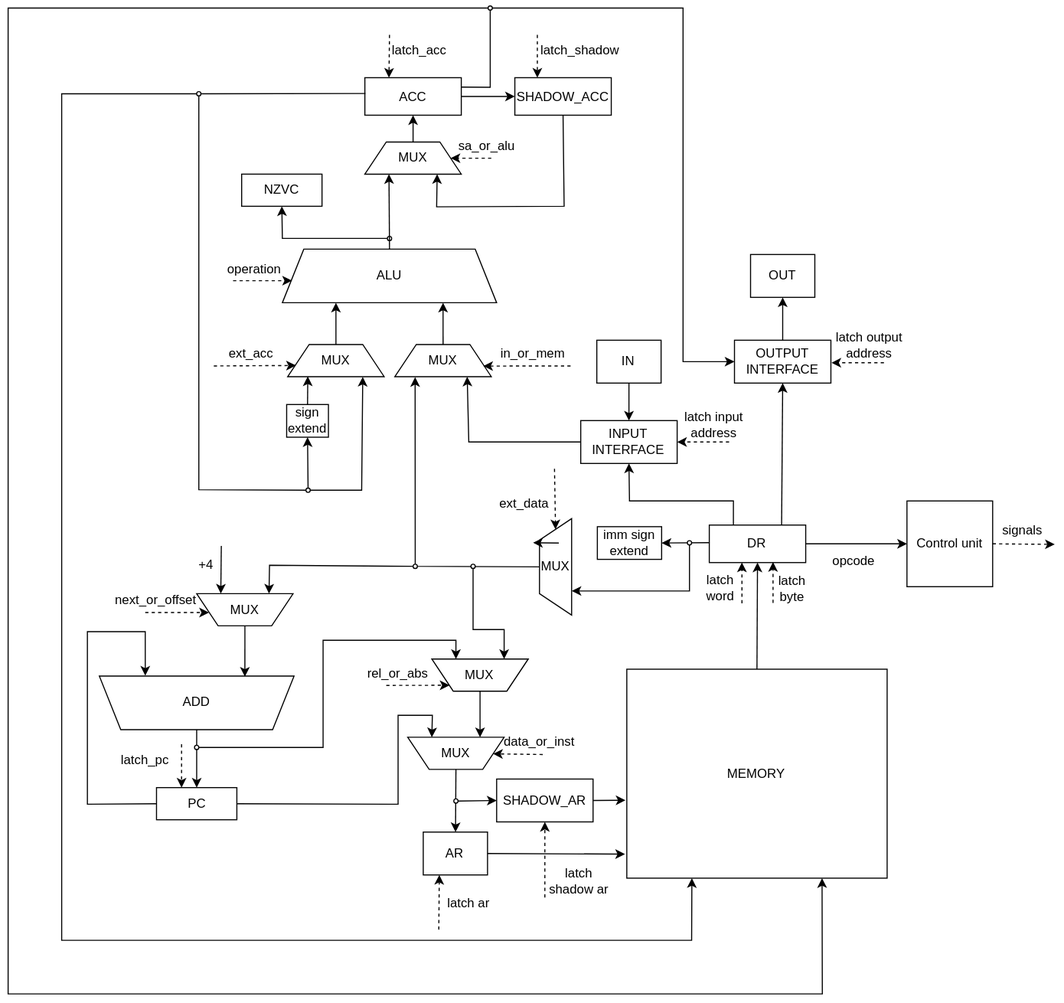
AstroSoup/computer-system-architecture-lab-4 keeps this draw.io diagram as assets/datapath/scheme.svg. Above is the earlier version. Source tidied: cells renumbered, new cells last; positions are measured from the earlier drawing's top-left corner, leaving out a move shared by most shapes.
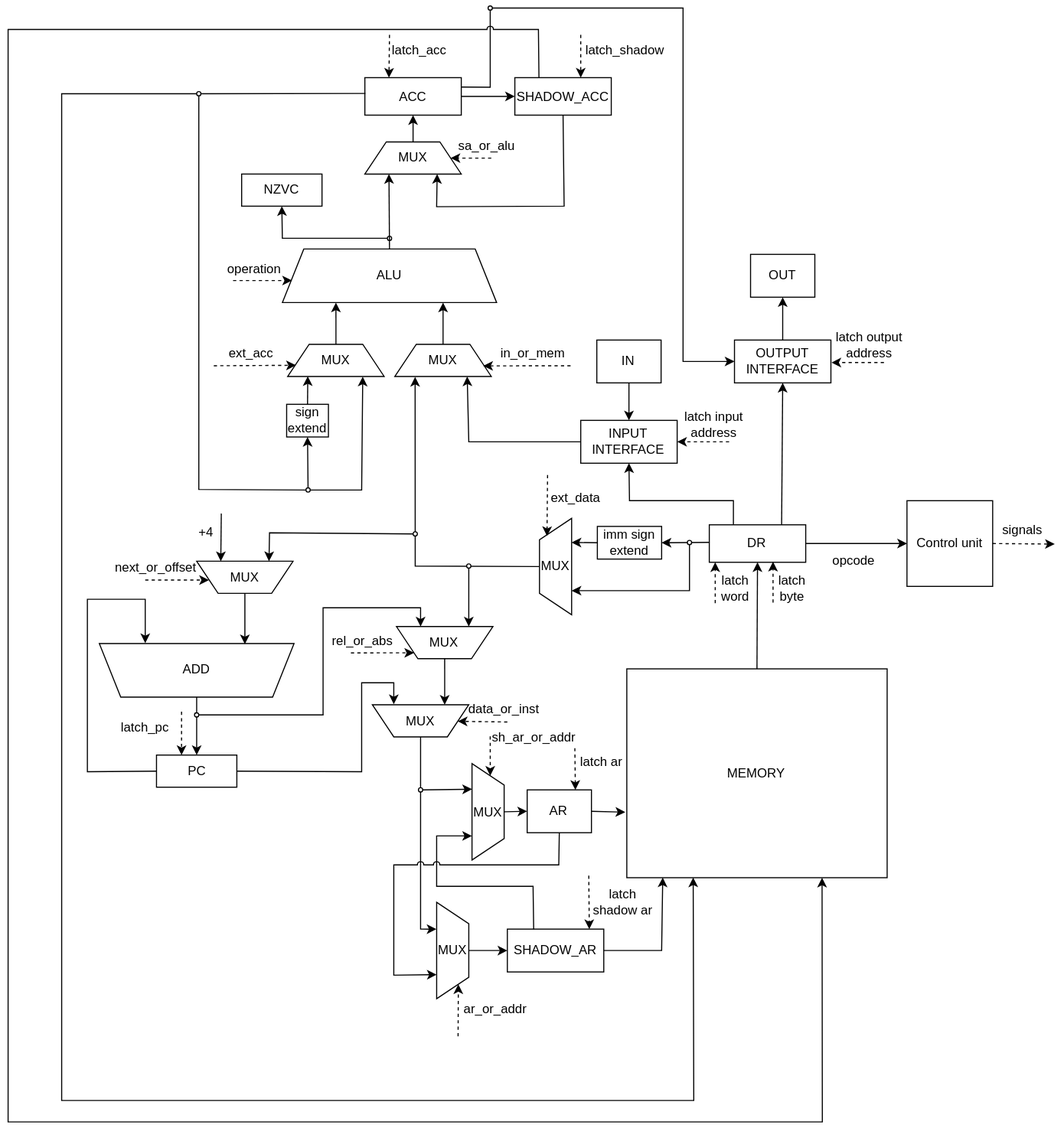
The same file after the commit.

Diff of the diagram source:
```diff
@@ -14,6 +14,8 @@
     <mxCell id="5" value="AR" style="rounded=0;whiteSpace=wrap;html=1;" parent="1" vertex="1">
-      <mxGeometry x="387.5" y="771" width="60" height="40" as="geometry" />
+      <mxGeometry x="484.5" y="732" width="60" height="40" as="geometry" />
     </mxCell>
-    <mxCell id="6" style="endArrow=classic;html=1;rounded=0;entryX=-0.007;entryY=0.885;entryDx=0;entryDy=0;exitX=1;exitY=0.5;exitDx=0;exitDy=0;entryPerimeter=0;jumpStyle=arc;" parent="1" edge="1" source="5" target="7">
-      <mxGeometry relative="1" as="geometry" />
+    <mxCell id="6" style="endArrow=classic;html=1;rounded=0;entryX=-0.006;entryY=0.604;entryDx=0;entryDy=0;exitX=1;exitY=0.5;exitDx=0;exitDy=0;entryPerimeter=0;jumpStyle=arc;" parent="1" edge="1" source="5">
+      <mxGeometry relative="1" as="geometry">
+        <mxPoint x="576" y="752.8" as="targetPoint" />
+      </mxGeometry>
     </mxCell>
@@ -58,7 +60,7 @@
     <mxCell id="19" value="PC" style="rounded=0;whiteSpace=wrap;html=1;" parent="1" vertex="1">
-      <mxGeometry x="138.5" y="729.5" width="75" height="30" as="geometry" />
+      <mxGeometry x="138.5" y="699.5" width="75" height="30" as="geometry" />
     </mxCell>
-    <mxCell id="20" style="endArrow=classic;html=1;rounded=0;entryX=0.25;entryY=1;entryDx=0;entryDy=0;dashed=1;" parent="1" edge="1" target="5">
+    <mxCell id="20" style="endArrow=classic;html=1;rounded=0;entryX=0.75;entryY=0;entryDx=0;entryDy=0;dashed=1;" parent="1" edge="1" target="5">
       <mxGeometry relative="1" as="geometry">
-        <mxPoint x="402" y="862" as="sourcePoint" />
+        <mxPoint x="529" y="693" as="sourcePoint" />
       </mxGeometry>
@@ -66,3 +68,3 @@
     <mxCell id="21" value="latch ar" style="text;html=1;whiteSpace=wrap;strokeColor=none;fillColor=none;align=center;verticalAlign=middle;rounded=0;" parent="1" vertex="1">
-      <mxGeometry x="400.5" y="822.5" width="60" height="30" as="geometry" />
+      <mxGeometry x="524" y="690.5" width="60" height="30" as="geometry" />
     </mxCell>
@@ -70,4 +72,4 @@
       <mxGeometry relative="1" as="geometry">
-        <mxPoint x="685" y="557.5" as="sourcePoint" />
-        <mxPoint x="685" y="519.4" as="targetPoint" />
+        <mxPoint x="660" y="557.6" as="sourcePoint" />
+        <mxPoint x="660" y="519.5" as="targetPoint" />
       </mxGeometry>
@@ -75,3 +77,3 @@
     <mxCell id="23" value="latch word" style="text;html=1;whiteSpace=wrap;strokeColor=none;fillColor=none;align=center;verticalAlign=middle;rounded=0;" parent="1" vertex="1">
-      <mxGeometry x="640" y="527.5" width="50" height="30" as="geometry" />
+      <mxGeometry x="654.5" y="529" width="50" height="30" as="geometry" />
     </mxCell>
@@ -122,4 +124,4 @@
       <mxGeometry relative="1" as="geometry">
-        <mxPoint x="494" y="27" as="sourcePoint" />
-        <mxPoint x="494" y="67" as="targetPoint" />
+        <mxPoint x="534.5" y="27" as="sourcePoint" />
+        <mxPoint x="534.5" y="67" as="targetPoint" />
       </mxGeometry>
@@ -127,3 +129,3 @@
     <mxCell id="36" value="latch_shadow" style="text;html=1;align=center;verticalAlign=middle;whiteSpace=wrap;rounded=0;" parent="1" vertex="1">
-      <mxGeometry x="504" y="27" width="60" height="30" as="geometry" />
+      <mxGeometry x="546" y="27" width="60" height="30" as="geometry" />
     </mxCell>
@@ -184,3 +186,3 @@
     <mxCell id="47" value="ADD" style="shape=trapezoid;perimeter=trapezoidPerimeter;whiteSpace=wrap;html=1;fixedSize=1;horizontal=0;direction=south;rotation=90;" parent="1" vertex="1">
-      <mxGeometry x="151" y="559.5" width="50" height="181.8" as="geometry" />
+      <mxGeometry x="151" y="529.5" width="50" height="181.8" as="geometry" />
     </mxCell>
@@ -192,5 +194,5 @@
         <Array as="points">
-          <mxPoint x="74" y="745" />
-          <mxPoint x="74" y="584" />
-          <mxPoint x="128" y="584" />
+          <mxPoint x="74" y="715" />
+          <mxPoint x="74" y="554" />
+          <mxPoint x="128" y="554" />
         </Array>
@@ -200,4 +202,4 @@
       <mxGeometry relative="1" as="geometry">
-        <mxPoint x="161.9" y="689" as="sourcePoint" />
-        <mxPoint x="161.9" y="729.5" as="targetPoint" />
+        <mxPoint x="161.9" y="659" as="sourcePoint" />
+        <mxPoint x="161.9" y="699.5" as="targetPoint" />
       </mxGeometry>
@@ -205,6 +207,6 @@
     <mxCell id="51" value="latch_pc" style="text;html=1;align=center;verticalAlign=middle;whiteSpace=wrap;rounded=0;" parent="1" vertex="1">
-      <mxGeometry x="98" y="689" width="60" height="30" as="geometry" />
+      <mxGeometry x="98" y="659" width="60" height="30" as="geometry" />
     </mxCell>
     <mxCell id="52" value="MUX" style="shape=trapezoid;perimeter=trapezoidPerimeter;whiteSpace=wrap;html=1;fixedSize=1;direction=south;rotation=90;horizontal=0;" parent="1" vertex="1">
-      <mxGeometry x="206" y="518.5" width="30" height="90" as="geometry" />
+      <mxGeometry x="206" y="488.5" width="30" height="90" as="geometry" />
     </mxCell>
@@ -212,3 +214,3 @@
       <mxGeometry relative="1" as="geometry">
-        <mxPoint x="221" y="626" as="targetPoint" />
+        <mxPoint x="221" y="596" as="targetPoint" />
       </mxGeometry>
@@ -217,3 +219,3 @@
       <mxGeometry relative="1" as="geometry">
-        <mxPoint x="199" y="504" as="sourcePoint" />
+        <mxPoint x="199" y="474" as="sourcePoint" />
       </mxGeometry>
@@ -221,6 +223,6 @@
     <mxCell id="55" value="+4" style="text;html=1;whiteSpace=wrap;strokeColor=none;fillColor=none;align=center;verticalAlign=middle;rounded=0;" parent="1" vertex="1">
-      <mxGeometry x="155" y="507" width="60" height="30" as="geometry" />
+      <mxGeometry x="155" y="477" width="60" height="30" as="geometry" />
     </mxCell>
     <mxCell id="56" value="next_or_offset" style="text;html=1;align=center;verticalAlign=middle;whiteSpace=wrap;rounded=0;" parent="1" vertex="1">
-      <mxGeometry x="108" y="539.5" width="60" height="30" as="geometry" />
+      <mxGeometry x="108" y="509.5" width="60" height="30" as="geometry" />
     </mxCell>
@@ -228,3 +230,3 @@
       <mxGeometry relative="1" as="geometry">
-        <mxPoint x="128" y="566.1" as="sourcePoint" />
+        <mxPoint x="128" y="536.1" as="sourcePoint" />
       </mxGeometry>
@@ -300,11 +302,6 @@
     </mxCell>
-    <mxCell id="75" style="endArrow=classic;html=1;rounded=0;entryX=0.75;entryY=1;entryDx=0;entryDy=0;exitX=0;exitY=0.5;exitDx=0;exitDy=0;" parent="1" edge="1">
-      <mxGeometry relative="1" as="geometry">
-        <mxPoint x="514" y="501.2" as="sourcePoint" />
-        <mxPoint x="490" y="501" as="targetPoint" />
-      </mxGeometry>
-    </mxCell>
-    <mxCell id="76" style="endArrow=classic;html=1;rounded=0;entryX=1;entryY=0.5;entryDx=0;entryDy=0;dashed=1;" parent="1" edge="1" target="74">
+    <mxCell id="76" style="endArrow=classic;html=1;rounded=0;entryX=0.884;entryY=0.449;entryDx=0;entryDy=0;dashed=1;entryPerimeter=0;" parent="1" edge="1">
       <mxGeometry relative="1" as="geometry">
-        <mxPoint x="510" y="432" as="sourcePoint" />
+        <mxPoint x="503.5" y="438.1" as="sourcePoint" />
+        <mxPoint x="503" y="495" as="targetPoint" />
       </mxGeometry>
@@ -312,3 +309,3 @@
     <mxCell id="77" value="ext_data" style="text;html=1;whiteSpace=wrap;strokeColor=none;fillColor=none;align=center;verticalAlign=middle;rounded=0;" parent="1" vertex="1">
-      <mxGeometry x="452" y="450" width="60" height="30" as="geometry" />
+      <mxGeometry x="500" y="444.5" width="60" height="30" as="geometry" />
     </mxCell>
@@ -317,3 +314,3 @@
         <Array as="points">
-          <mxPoint x="244" y="522" />
+          <mxPoint x="244" y="492" />
         </Array>
@@ -322,3 +319,3 @@
     <mxCell id="79" style="ellipse;whiteSpace=wrap;html=1;fillColor=light-dark(#FFFFFF,#FFFFFF);" parent="1" vertex="1">
-      <mxGeometry x="378" y="521" width="4" height="4" as="geometry" />
+      <mxGeometry x="378" y="491" width="4" height="4" as="geometry" />
     </mxCell>
@@ -334,13 +331,11 @@
     <mxCell id="82" style="ellipse;whiteSpace=wrap;html=1;fillColor=light-dark(#FFFFFF,#FFFFFF);" parent="1" vertex="1">
-      <mxGeometry x="174" y="690" width="4" height="4" as="geometry" />
+      <mxGeometry x="174" y="660" width="4" height="4" as="geometry" />
     </mxCell>
     <mxCell id="83" value="MUX" style="shape=trapezoid;perimeter=trapezoidPerimeter;whiteSpace=wrap;html=1;fixedSize=1;direction=south;rotation=90;horizontal=0;" parent="1" vertex="1">
-      <mxGeometry x="425.5" y="579.5" width="30" height="90" as="geometry" />
+      <mxGeometry x="392.5" y="549.5" width="30" height="90" as="geometry" />
     </mxCell>
-    <mxCell id="84" style="endArrow=classic;html=1;rounded=0;entryX=0.25;entryY=1;entryDx=0;entryDy=0;" parent="1" edge="1" target="83">
+    <mxCell id="84" style="endArrow=classic;html=1;rounded=0;entryX=0.25;entryY=1;entryDx=0;entryDy=0;exitX=0.5;exitY=1;exitDx=0;exitDy=0;" parent="1" edge="1" source="106" target="83">
       <mxGeometry relative="1" as="geometry">
-        <mxPoint x="434" y="522" as="sourcePoint" />
         <Array as="points">
-          <mxPoint x="434" y="582" />
-          <mxPoint x="463" y="582" />
+          <mxPoint x="430" y="552" />
         </Array>
@@ -351,5 +346,5 @@
         <Array as="points">
-          <mxPoint x="294" y="692" />
-          <mxPoint x="294" y="592" />
-          <mxPoint x="418" y="592" />
+          <mxPoint x="294" y="662" />
+          <mxPoint x="294" y="562" />
+          <mxPoint x="385" y="562" />
         </Array>
@@ -358,3 +353,3 @@
     <mxCell id="86" value="rel_or_abs" style="text;html=1;align=center;verticalAlign=middle;whiteSpace=wrap;rounded=0;" parent="1" vertex="1">
-      <mxGeometry x="334" y="607.5" width="60" height="30" as="geometry" />
+      <mxGeometry x="301" y="577.5" width="60" height="30" as="geometry" />
     </mxCell>
@@ -362,4 +357,4 @@
       <mxGeometry relative="1" as="geometry">
-        <mxPoint x="353" y="634.1" as="sourcePoint" />
-        <mxPoint x="412" y="634" as="targetPoint" />
+        <mxPoint x="320" y="604.1" as="sourcePoint" />
+        <mxPoint x="379" y="604" as="targetPoint" />
       </mxGeometry>
@@ -370,10 +365,10 @@
     <mxCell id="89" value="MUX" style="shape=trapezoid;perimeter=trapezoidPerimeter;whiteSpace=wrap;html=1;fixedSize=1;direction=south;rotation=90;horizontal=0;" parent="1" vertex="1">
-      <mxGeometry x="403" y="652.5" width="30" height="90" as="geometry" />
+      <mxGeometry x="370" y="622.5" width="30" height="90" as="geometry" />
     </mxCell>
-    <mxCell id="90" style="endArrow=classic;html=1;rounded=0;entryX=0.75;entryY=1;entryDx=0;entryDy=0;exitX=1;exitY=0.5;exitDx=0;exitDy=0;" parent="1" edge="1" source="19" target="89">
+    <mxCell id="90" style="endArrow=classic;html=1;rounded=0;entryX=0.778;entryY=1.017;entryDx=0;entryDy=0;exitX=1;exitY=0.5;exitDx=0;exitDy=0;entryPerimeter=0;" parent="1" edge="1" source="19" target="89">
       <mxGeometry relative="1" as="geometry">
         <Array as="points">
-          <mxPoint x="364" y="745" />
-          <mxPoint x="364" y="662" />
-          <mxPoint x="396" y="662" />
+          <mxPoint x="330" y="715" />
+          <mxPoint x="330" y="632" />
+          <mxPoint x="360" y="632" />
         </Array>
@@ -382,3 +377,3 @@
     <mxCell id="91" value="data_or_inst" style="text;html=1;align=center;verticalAlign=middle;whiteSpace=wrap;rounded=0;" parent="1" vertex="1">
-      <mxGeometry x="466" y="672" width="60" height="30" as="geometry" />
+      <mxGeometry x="433" y="642" width="60" height="30" as="geometry" />
     </mxCell>
@@ -386,8 +381,5 @@
       <mxGeometry relative="1" as="geometry">
-        <mxPoint x="499" y="698.6" as="sourcePoint" />
+        <mxPoint x="466" y="668.6" as="sourcePoint" />
       </mxGeometry>
     </mxCell>
-    <mxCell id="93" style="endArrow=classic;html=1;rounded=0;exitX=0.5;exitY=0;exitDx=0;exitDy=0;" parent="1" edge="1" source="89" target="5">
-      <mxGeometry relative="1" as="geometry" />
-    </mxCell>
     <mxCell id="94" style="endArrow=classic;html=1;rounded=0;exitX=0.75;exitY=0;exitDx=0;exitDy=0;entryX=0.5;entryY=1;entryDx=0;entryDy=0;" parent="1" edge="1" source="8" target="95">
@@ -417,3 +409,3 @@
     </mxCell>
-    <mxCell id="99" style="endArrow=classic;html=1;rounded=0;exitX=0;exitY=0.5;exitDx=0;exitDy=0;entryX=0.25;entryY=1;entryDx=0;entryDy=0;" parent="1" edge="1" source="100" target="7">
+    <mxCell id="99" style="endArrow=classic;html=1;rounded=0;exitX=0;exitY=0.5;exitDx=0;exitDy=0;entryX=0.255;entryY=0.999;entryDx=0;entryDy=0;entryPerimeter=0;" parent="1" edge="1" source="100" target="7">
       <mxGeometry relative="1" as="geometry">
@@ -421,4 +413,4 @@
           <mxPoint x="50" y="82" />
-          <mxPoint x="50" y="872" />
-          <mxPoint x="638" y="872" />
+          <mxPoint x="50" y="1022" />
+          <mxPoint x="640" y="1022" />
         </Array>
@@ -432,8 +424,9 @@
     </mxCell>
-    <mxCell id="102" style="endArrow=classic;html=1;rounded=0;exitX=0;exitY=0.5;exitDx=0;exitDy=0;entryX=0.75;entryY=1;entryDx=0;entryDy=0;" parent="1" edge="1" source="101" target="7">
+    <mxCell id="102" style="endArrow=classic;html=1;rounded=0;entryX=0.75;entryY=1;entryDx=0;entryDy=0;exitX=0.25;exitY=0;exitDx=0;exitDy=0;jumpStyle=arc;" parent="1" edge="1" source="27" target="7">
       <mxGeometry relative="1" as="geometry">
         <Array as="points">
-          <mxPoint y="2" />
-          <mxPoint y="922" />
-          <mxPoint x="760" y="922" />
+          <mxPoint x="495" y="22" />
+          <mxPoint y="22" />
+          <mxPoint y="1042" />
+          <mxPoint x="760" y="1042" />
         </Array>
@@ -442,21 +435,21 @@
     <mxCell id="103" value="SHADOW_AR" style="rounded=0;whiteSpace=wrap;html=1;" parent="1" vertex="1">
-      <mxGeometry x="456" y="721.5" width="90" height="40" as="geometry" />
+      <mxGeometry x="466" y="862" width="90" height="40" as="geometry" />
     </mxCell>
-    <mxCell id="104" style="endArrow=classic;html=1;rounded=0;exitX=1;exitY=0.5;exitDx=0;exitDy=0;entryX=-0.005;entryY=0.627;entryDx=0;entryDy=0;entryPerimeter=0;" parent="1" edge="1" source="103" target="7">
-      <mxGeometry relative="1" as="geometry" />
+    <mxCell id="104" style="endArrow=classic;html=1;rounded=0;exitX=1;exitY=0.5;exitDx=0;exitDy=0;entryX=0.138;entryY=0.999;entryDx=0;entryDy=0;entryPerimeter=0;" parent="1" edge="1" source="103" target="7">
+      <mxGeometry relative="1" as="geometry">
+        <Array as="points">
+          <mxPoint x="610" y="882" />
+        </Array>
+      </mxGeometry>
     </mxCell>
-    <mxCell id="105" style="endArrow=classic;html=1;rounded=0;entryX=0;entryY=0.5;entryDx=0;entryDy=0;" parent="1" edge="1" target="103">
-      <mxGeometry relative="1" as="geometry">
-        <mxPoint x="420" y="742" as="sourcePoint" />
-      </mxGeometry>
+    <mxCell id="105" style="endArrow=classic;html=1;rounded=0;entryX=0;entryY=0.5;entryDx=0;entryDy=0;exitX=0.5;exitY=0;exitDx=0;exitDy=0;" parent="1" edge="1" source="111" target="103">
+      <mxGeometry relative="1" as="geometry" />
     </mxCell>
     <mxCell id="106" style="ellipse;whiteSpace=wrap;html=1;fillColor=light-dark(#FFFFFF,#FFFFFF);" parent="1" vertex="1">
-      <mxGeometry x="432" y="521" width="4" height="4" as="geometry" />
+      <mxGeometry x="428" y="521" width="4" height="4" as="geometry" />
     </mxCell>
-    <mxCell id="107" style="ellipse;whiteSpace=wrap;html=1;fillColor=light-dark(#FFFFFF,#FFFFFF);" parent="1" vertex="1">
-      <mxGeometry x="416" y="740" width="4" height="4" as="geometry" />
-    </mxCell>
-    <mxCell id="108" style="endArrow=classic;html=1;rounded=0;entryX=0.5;entryY=1;entryDx=0;entryDy=0;dashed=1;" parent="1" edge="1" target="103">
+    <mxCell id="108" style="endArrow=classic;html=1;rounded=0;dashed=1;entryX=0.75;entryY=0;entryDx=0;entryDy=0;" parent="1" edge="1">
       <mxGeometry relative="1" as="geometry">
-        <mxPoint x="501" y="832" as="sourcePoint" />
+        <mxPoint x="542" y="812" as="sourcePoint" />
+        <mxPoint x="542.5" y="862" as="targetPoint" />
       </mxGeometry>
@@ -464,4 +457,67 @@
     <mxCell id="109" value="latch shadow ar" style="text;html=1;whiteSpace=wrap;strokeColor=none;fillColor=none;align=center;verticalAlign=middle;rounded=0;" parent="1" vertex="1">
-      <mxGeometry x="503" y="802" width="60" height="30" as="geometry" />
+      <mxGeometry x="544.5" y="822" width="60" height="30" as="geometry" />
     </mxCell>
+    <mxCell id="110" style="endArrow=classic;html=1;rounded=0;exitX=0;exitY=0.5;exitDx=0;exitDy=0;entryX=0.75;entryY=1;entryDx=0;entryDy=0;" parent="1" edge="1" source="71" target="74">
+      <mxGeometry relative="1" as="geometry" />
+    </mxCell>
+    <mxCell id="111" value="MUX" style="shape=trapezoid;perimeter=trapezoidPerimeter;whiteSpace=wrap;html=1;fixedSize=1;direction=east;rotation=90;horizontal=0;" parent="1" vertex="1">
+      <mxGeometry x="370" y="867" width="90" height="30" as="geometry" />
+    </mxCell>
+    <mxCell id="112" value="MUX" style="shape=trapezoid;perimeter=trapezoidPerimeter;whiteSpace=wrap;html=1;fixedSize=1;direction=east;rotation=90;horizontal=0;" parent="1" vertex="1">
+      <mxGeometry x="403" y="737.5" width="90" height="30" as="geometry" />
+    </mxCell>
+    <mxCell id="113" style="endArrow=classic;html=1;rounded=0;exitX=0.273;exitY=0.004;exitDx=0;exitDy=0;entryX=0.75;entryY=1;entryDx=0;entryDy=0;exitPerimeter=0;" parent="1" edge="1" source="103" target="112">
+      <mxGeometry relative="1" as="geometry">
+        <Array as="points">
+          <mxPoint x="490" y="822" />
+          <mxPoint x="400" y="822" />
+          <mxPoint x="400" y="775" />
+        </Array>
+      </mxGeometry>
+    </mxCell>
+    <mxCell id="114" style="endArrow=classic;html=1;rounded=0;exitX=0.5;exitY=0;exitDx=0;exitDy=0;entryX=0.265;entryY=0.999;entryDx=0;entryDy=0;entryPerimeter=0;" parent="1" edge="1" source="89" target="112">
+      <mxGeometry relative="1" as="geometry">
+        <Array as="points">
+          <mxPoint x="385" y="732" />
+        </Array>
+      </mxGeometry>
+    </mxCell>
+    <mxCell id="115" style="endArrow=classic;html=1;rounded=0;exitX=0.5;exitY=0;exitDx=0;exitDy=0;entryX=0;entryY=0.5;entryDx=0;entryDy=0;" parent="1" edge="1" source="112" target="5">
+      <mxGeometry relative="1" as="geometry" />
+    </mxCell>
+    <mxCell id="116" style="ellipse;whiteSpace=wrap;html=1;fillColor=light-dark(#FFFFFF,#FFFFFF);" parent="1" vertex="1">
+      <mxGeometry x="383" y="730" width="4" height="4" as="geometry" />
+    </mxCell>
+    <mxCell id="117" style="endArrow=classic;html=1;rounded=0;exitX=0.5;exitY=1;exitDx=0;exitDy=0;entryX=0.278;entryY=1.006;entryDx=0;entryDy=0;entryPerimeter=0;" parent="1" edge="1" source="116" target="111">
+      <mxGeometry relative="1" as="geometry">
+        <Array as="points">
+          <mxPoint x="385" y="862" />
+        </Array>
+      </mxGeometry>
+    </mxCell>
+    <mxCell id="118" style="endArrow=classic;html=1;rounded=0;exitX=0.5;exitY=1;exitDx=0;exitDy=0;entryX=0.75;entryY=1;entryDx=0;entryDy=0;jumpStyle=arc;" parent="1" edge="1" source="5" target="111">
+      <mxGeometry relative="1" as="geometry">
+        <Array as="points">
+          <mxPoint x="514" y="802" />
+          <mxPoint x="360" y="802" />
+          <mxPoint x="360" y="905" />
+        </Array>
+      </mxGeometry>
+    </mxCell>
+    <mxCell id="119" style="endArrow=classic;html=1;rounded=0;dashed=1;entryX=0.125;entryY=0.432;entryDx=0;entryDy=0;entryPerimeter=0;" parent="1" edge="1" target="112">
+      <mxGeometry relative="1" as="geometry">
+        <mxPoint x="450" y="682" as="sourcePoint" />
+      </mxGeometry>
+    </mxCell>
+    <mxCell id="120" value="sh_ar_or_addr" style="text;html=1;whiteSpace=wrap;strokeColor=none;fillColor=none;align=center;verticalAlign=middle;rounded=0;" parent="1" vertex="1">
+      <mxGeometry x="450" y="667.5" width="82" height="30" as="geometry" />
+    </mxCell>
+    <mxCell id="121" style="endArrow=classic;html=1;rounded=0;dashed=1;entryX=1;entryY=0.25;entryDx=0;entryDy=0;" parent="1" edge="1" target="111">
+      <mxGeometry relative="1" as="geometry">
+        <mxPoint x="420" y="962" as="sourcePoint" />
+      </mxGeometry>
+    </mxCell>
+    <mxCell id="122" value="ar_or_addr" style="text;html=1;whiteSpace=wrap;strokeColor=none;fillColor=none;align=center;verticalAlign=middle;rounded=0;" parent="1" vertex="1">
+      <mxGeometry x="414" y="922" width="82" height="30" as="geometry" />
+    </mxCell>
   </root>
```
